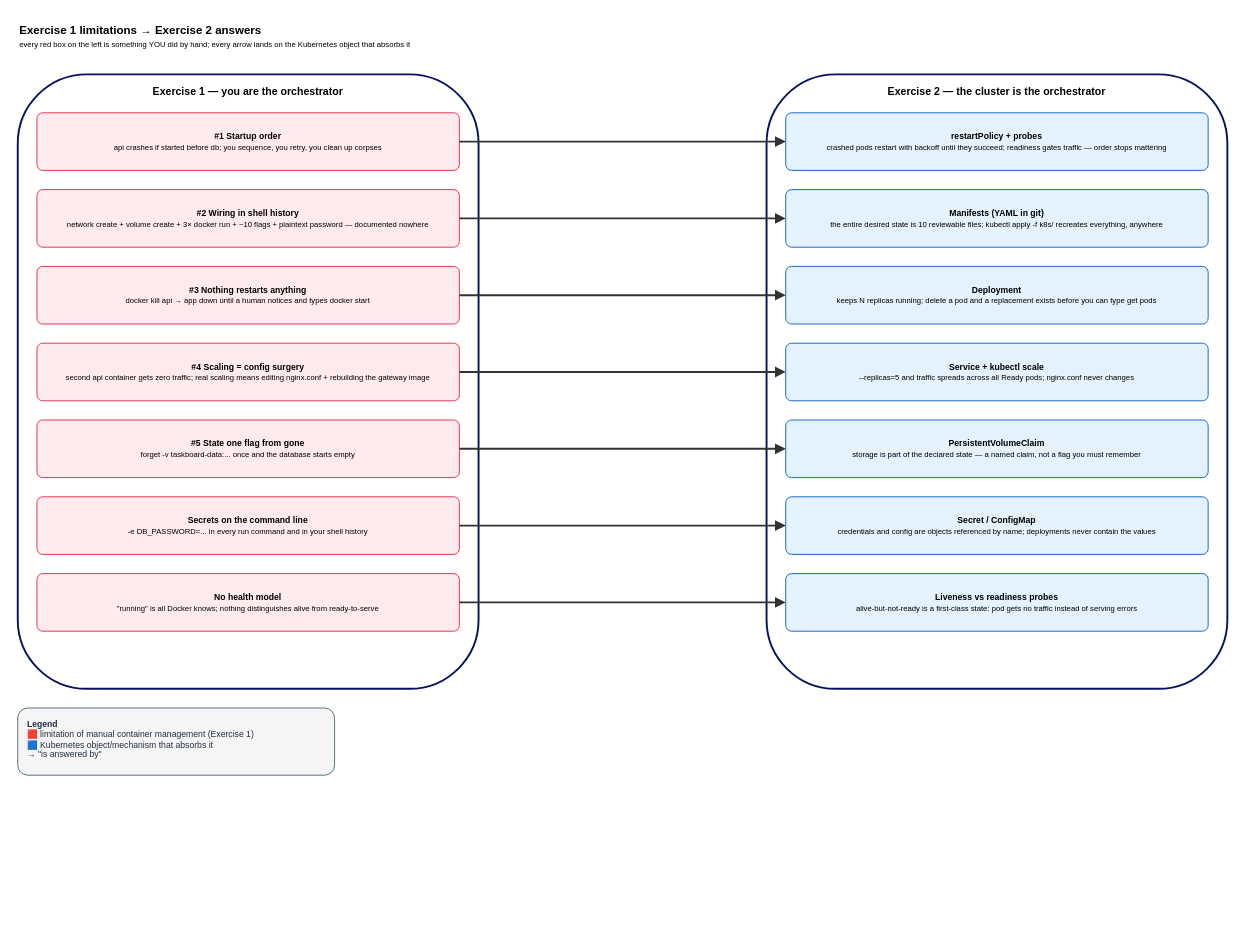
The draw.io diagram docs/diagrams/02-containers-vs-k8s.drawio in farid809/k8s-one-day-lab, before the edit. Source tidied: cells renumbered, new cells numbered last; positions are measured from the earlier drawing's top-left corner, leaving out a move shared by most shapes. Both pictures are drawn from the tidied source at 96%, with x=0, y=0 at pixel (17, 16).
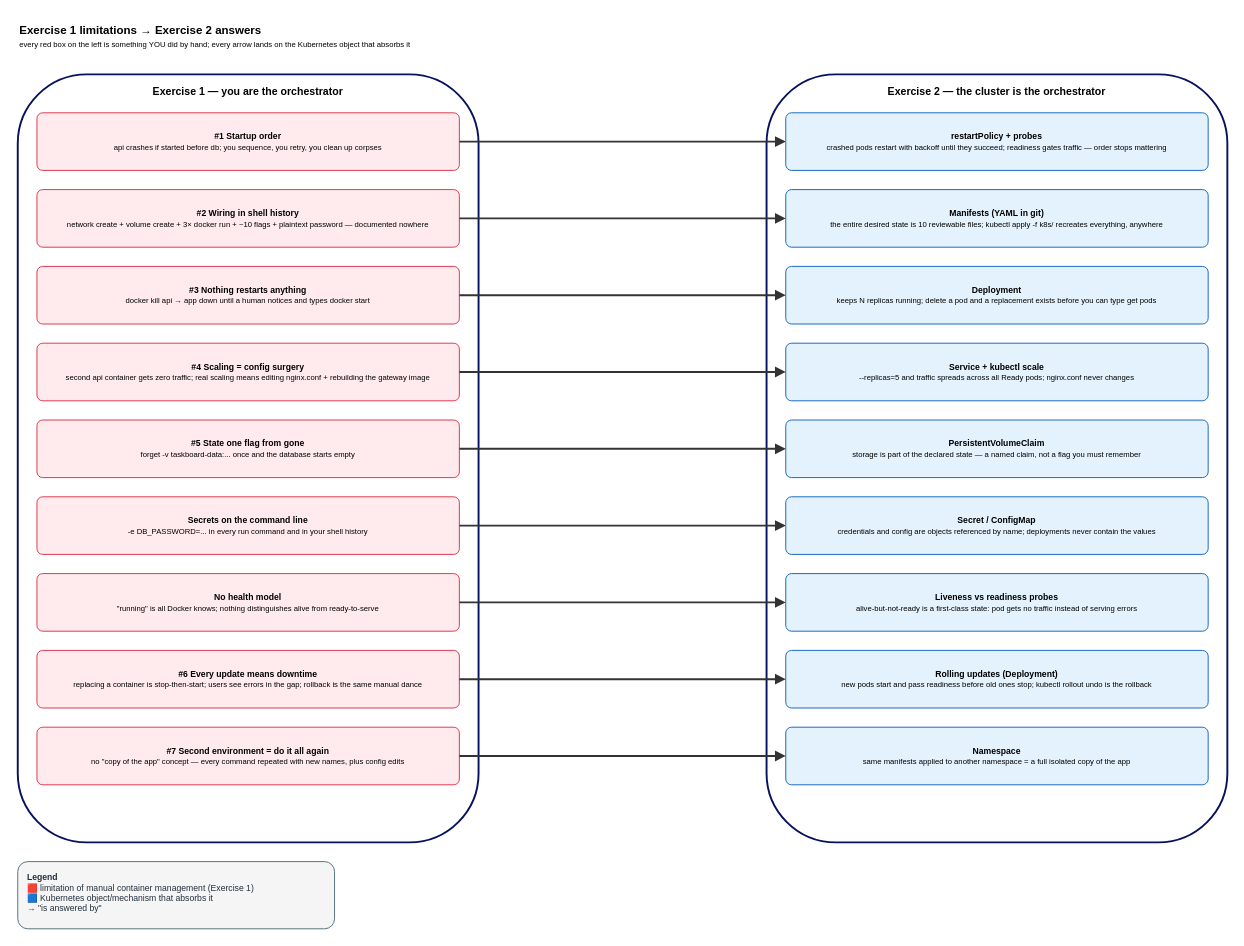
Above is the later version.

Commit message (it also covers changes not shown here):
Casual tone for team use; retimed exercises; embed rendered diagrams

The edit, as a diff of the source:
```diff
@@
     <mxCell id="3" value="&lt;b&gt;Exercise 1 — you are the orchestrator&lt;/b&gt;" style="rounded=1;whiteSpace=wrap;html=1;fillColor=none;strokeColor=#07125E;strokeWidth=2;verticalAlign=top;spacingTop=5;fontSize=11;fontStyle=1;" parent="1" vertex="1">
-      <mxGeometry y="60" width="480" height="640" as="geometry" />
+      <mxGeometry y="60" width="480" height="800" as="geometry" />
     </mxCell>
@@
+    <mxCell id="27" value="&lt;b&gt;#6 Every update means downtime&lt;/b&gt;&lt;br&gt;&lt;span style='font-size:8px'&gt;replacing a container is stop-then-start; users see errors in the gap; rollback is the same manual dance&lt;/span&gt;" style="rounded=1;whiteSpace=wrap;html=1;fillColor=#FFEBEE;strokeColor=#DD344C;fontSize=9;arcSize=10;" parent="3" vertex="1">
+      <mxGeometry x="20" y="600" width="440" height="60" as="geometry" />
+    </mxCell>
+    <mxCell id="28" value="&lt;b&gt;#7 Second environment = do it all again&lt;/b&gt;&lt;br&gt;&lt;span style='font-size:8px'&gt;no &quot;copy of the app&quot; concept — every command repeated with new names, plus config edits&lt;/span&gt;" style="rounded=1;whiteSpace=wrap;html=1;fillColor=#FFEBEE;strokeColor=#DD344C;fontSize=9;arcSize=10;" parent="3" vertex="1">
+      <mxGeometry x="20" y="680" width="440" height="60" as="geometry" />
+    </mxCell>
     <mxCell id="11" value="&lt;b&gt;Exercise 2 — the cluster is the orchestrator&lt;/b&gt;" style="rounded=1;whiteSpace=wrap;html=1;fillColor=none;strokeColor=#07125E;strokeWidth=2;verticalAlign=top;spacingTop=5;fontSize=11;fontStyle=1;" parent="1" vertex="1">
-      <mxGeometry x="780" y="60" width="480" height="640" as="geometry" />
+      <mxGeometry x="780" y="60" width="480" height="800" as="geometry" />
     </mxCell>
@@
+    <mxCell id="29" value="&lt;b&gt;Rolling updates (Deployment)&lt;/b&gt;&lt;br&gt;&lt;span style='font-size:8px'&gt;new pods start and pass readiness before old ones stop; kubectl rollout undo is the rollback&lt;/span&gt;" style="rounded=1;whiteSpace=wrap;html=1;fillColor=#E3F2FD;strokeColor=#1565C0;fontSize=9;arcSize=10;" parent="11" vertex="1">
+      <mxGeometry x="20" y="600" width="440" height="60" as="geometry" />
+    </mxCell>
+    <mxCell id="30" value="&lt;b&gt;Namespace&lt;/b&gt;&lt;br&gt;&lt;span style='font-size:8px'&gt;same manifests applied to another namespace = a full isolated copy of the app&lt;/span&gt;" style="rounded=1;whiteSpace=wrap;html=1;fillColor=#E3F2FD;strokeColor=#1565C0;fontSize=9;arcSize=10;" parent="11" vertex="1">
+      <mxGeometry x="20" y="680" width="440" height="60" as="geometry" />
+    </mxCell>
@@
+    <mxCell id="31" style="strokeColor=#333;strokeWidth=2;endArrow=block;endFill=1;edgeStyle=orthogonalEdgeStyle;rounded=1;html=1;" parent="1" edge="1" source="27" target="29">
+      <mxGeometry relative="1" as="geometry" />
+    </mxCell>
+    <mxCell id="32" style="strokeColor=#333;strokeWidth=2;endArrow=block;endFill=1;edgeStyle=orthogonalEdgeStyle;rounded=1;html=1;" parent="1" edge="1" source="28" target="30">
+      <mxGeometry relative="1" as="geometry" />
+    </mxCell>
     <mxCell id="26" value="&lt;b&gt;Legend&lt;/b&gt;&#10;🟥 limitation of manual container management (Exercise 1)&#10;🟦 Kubernetes object/mechanism that absorbs it&#10;→ &quot;is answered by&quot;" style="text;html=1;fontSize=9;align=left;verticalAlign=top;fillColor=#F5F5F5;strokeColor=#546E7A;rounded=1;whiteSpace=wrap;fontColor=#232F3E;spacingLeft=8;spacingTop=5;" parent="1" vertex="1">
-      <mxGeometry y="720" width="330" height="70" as="geometry" />
+      <mxGeometry y="880" width="330" height="70" as="geometry" />
     </mxCell>
```
